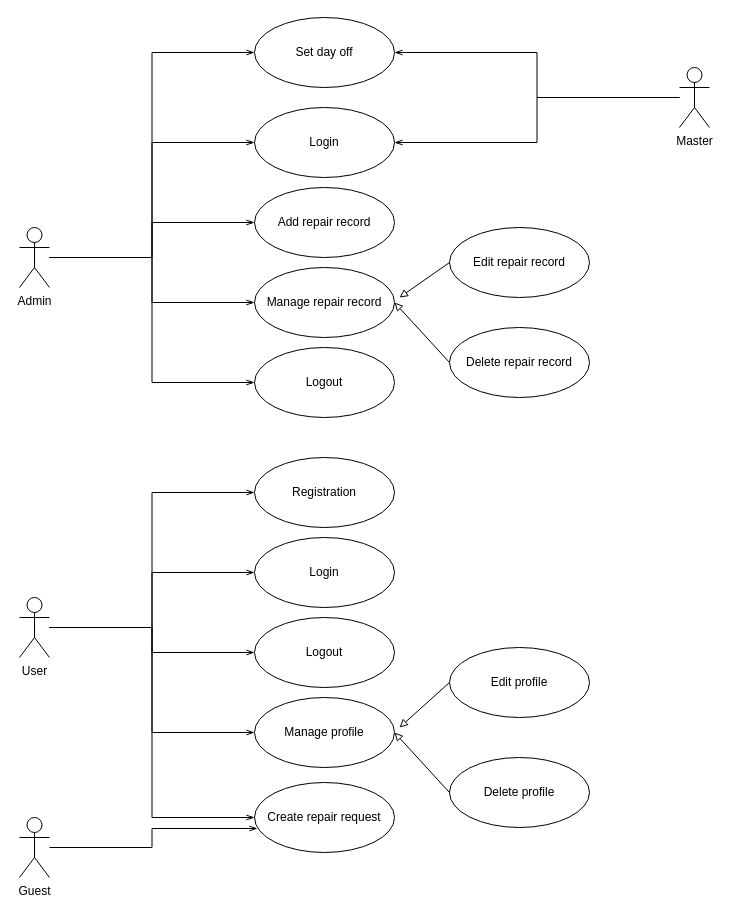
Before: Use case diagram.drawio in MishaAvizhen/MiAvStoApp, a draw.io diagram. Source tidied: cells renumbered, new cells numbered last; positions are measured from the earlier drawing's top-left corner, leaving out a move shared by most shapes. Both pictures are drawn from the tidied source at 100%, with x=0, y=0 at pixel (19, 17).
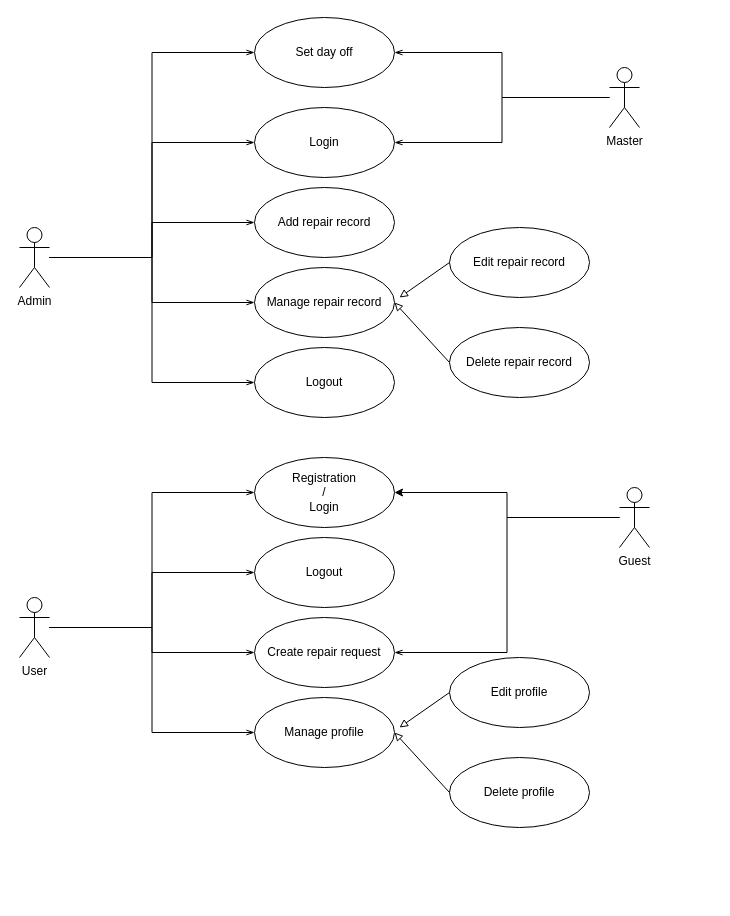
After the change.

The change refers to these unchanged cells:
```xml
<mxCell id="13" value="User" style="shape=umlActor;verticalLabelPosition=bottom;verticalAlign=top;html=1;outlineConnect=0;" parent="1" vertex="1">
  <mxGeometry y="580" width="30" height="60" as="geometry" />
</mxCell>
```

What changed in the source:
```diff
@@
-    <mxCell id="9" style="edgeStyle=orthogonalEdgeStyle;rounded=0;jettySize=auto;html=1;entryX=0;entryY=0.5;entryDx=0;entryDy=0;startArrow=none;startFill=0;endArrow=openThin;endFill=0;" parent="1" edge="1" source="13" target="27">
-      <mxGeometry relative="1" as="geometry" />
-    </mxCell>
@@
     <mxCell id="16" value="Master" style="shape=umlActor;verticalLabelPosition=bottom;verticalAlign=top;html=1;outlineConnect=0;" parent="1" vertex="1">
-      <mxGeometry x="660" y="50" width="30" height="60" as="geometry" />
+      <mxGeometry x="590" y="50" width="30" height="60" as="geometry" />
     </mxCell>
-    <mxCell id="17" style="edgeStyle=orthogonalEdgeStyle;rounded=0;jettySize=auto;html=1;entryX=0.021;entryY=0.657;entryDx=0;entryDy=0;entryPerimeter=0;startArrow=none;startFill=0;endArrow=openThin;endFill=0;" parent="1" edge="1" source="18" target="34">
+    <mxCell id="17" style="edgeStyle=orthogonalEdgeStyle;rounded=0;jettySize=auto;html=1;entryX=1;entryY=0.5;entryDx=0;entryDy=0;startArrow=none;startFill=0;endArrow=openThin;endFill=0;" parent="1" edge="1" source="18" target="34">
       <mxGeometry relative="1" as="geometry" />
     </mxCell>
+    <mxCell id="37" style="edgeStyle=orthogonalEdgeStyle;rounded=0;jettySize=auto;html=1;entryX=1;entryY=0.5;entryDx=0;entryDy=0;" parent="1" edge="1" source="18" target="26">
+      <mxGeometry relative="1" as="geometry" />
+    </mxCell>
     <mxCell id="18" value="Guest" style="shape=umlActor;verticalLabelPosition=bottom;verticalAlign=top;html=1;outlineConnect=0;" parent="1" vertex="1">
-      <mxGeometry y="800" width="30" height="60" as="geometry" />
+      <mxGeometry x="600" y="470" width="30" height="60" as="geometry" />
     </mxCell>
@@
-    <mxCell id="26" value="Registration" style="ellipse;whiteSpace=wrap;html=1;" parent="1" vertex="1">
+    <mxCell id="26" value="Registration&lt;br&gt;/&lt;br&gt;Login" style="ellipse;whiteSpace=wrap;html=1;" parent="1" vertex="1">
       <mxGeometry x="235" y="440" width="140" height="70" as="geometry" />
     </mxCell>
-    <mxCell id="27" value="Login" style="ellipse;whiteSpace=wrap;html=1;" parent="1" vertex="1">
-      <mxGeometry x="235" y="520" width="140" height="70" as="geometry" />
-    </mxCell>
     <mxCell id="28" value="Logout" style="ellipse;whiteSpace=wrap;html=1;" parent="1" vertex="1">
-      <mxGeometry x="235" y="600" width="140" height="70" as="geometry" />
+      <mxGeometry x="235" y="520" width="140" height="70" as="geometry" />
     </mxCell>
@@
     <mxCell id="30" value="Edit profile" style="ellipse;whiteSpace=wrap;html=1;" parent="1" vertex="1">
-      <mxGeometry x="430" y="630" width="140" height="70" as="geometry" />
+      <mxGeometry x="430" y="640" width="140" height="70" as="geometry" />
     </mxCell>
@@
     <mxCell id="34" value="Create repair request" style="ellipse;whiteSpace=wrap;html=1;" parent="1" vertex="1">
-      <mxGeometry x="235" y="765" width="140" height="70" as="geometry" />
+      <mxGeometry x="235" y="600" width="140" height="70" as="geometry" />
     </mxCell>
```
